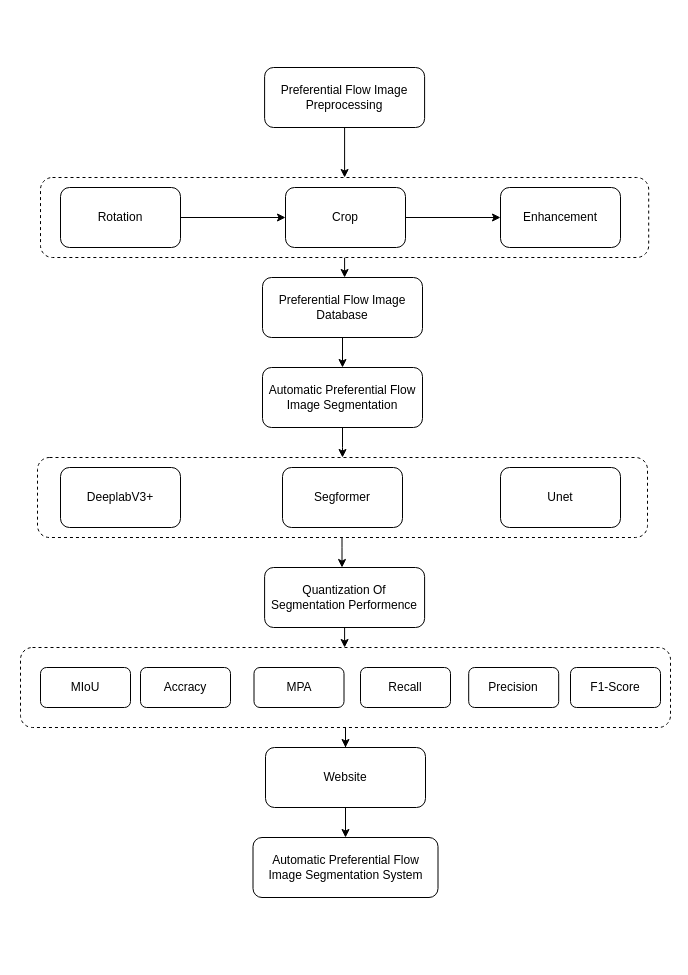
The draw.io diagram 未命名绘图.drawio in lhy-nw1217/Draw, before the edit. Source tidied: cells renumbered, new cells numbered last; positions are measured from the earlier drawing's top-left corner, leaving out a move shared by most shapes. Both pictures are drawn from the tidied source at 100%, with x=0, y=0 at pixel (20, 67).
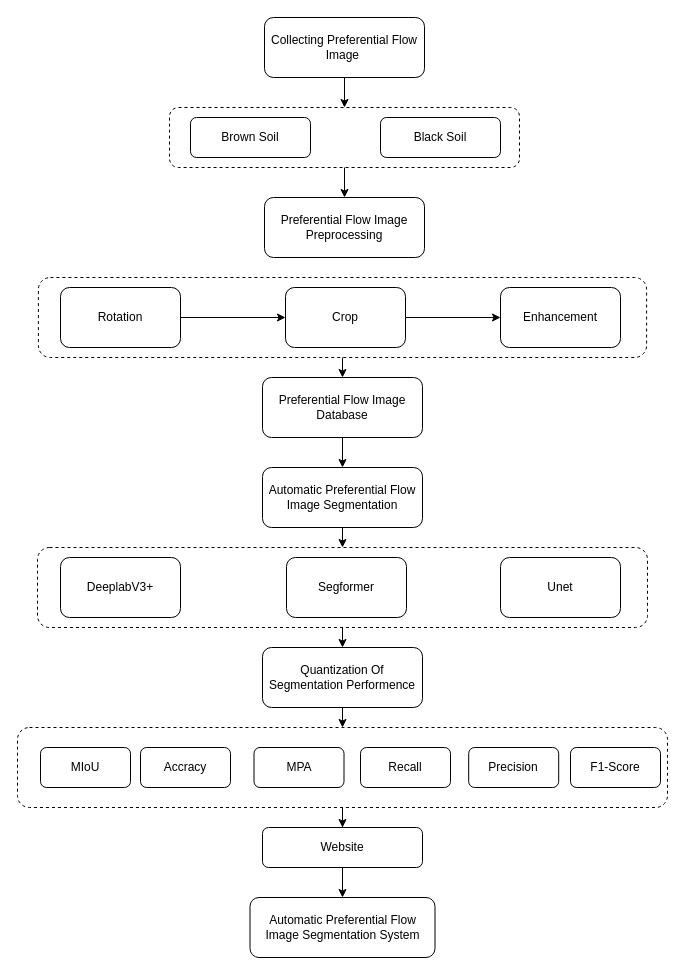
The same page after the edit.

Commit message:
Update 未命名绘图.drawio

What changed in the source:
```diff
@@
-    <mxCell id="2" style="edgeStyle=orthogonalEdgeStyle;rounded=0;jettySize=auto;html=1;" parent="1" edge="1" source="3" target="10">
-      <mxGeometry relative="1" as="geometry">
-        <Array as="points">
-          <mxPoint x="320" y="220" />
-          <mxPoint x="320" y="220" />
-        </Array>
-      </mxGeometry>
-    </mxCell>
     <mxCell id="3" style="rounded=1;whiteSpace=wrap;html=1;dashed=1;" parent="1" vertex="1">
-      <mxGeometry x="20" y="110" width="608.2" height="80" as="geometry" />
+      <mxGeometry x="17.9" y="210" width="608.2" height="80" as="geometry" />
     </mxCell>
@@
     <mxCell id="5" value="Rotation" style="rounded=1;whiteSpace=wrap;html=1;" parent="1" vertex="1">
-      <mxGeometry x="40" y="120" width="120" height="60" as="geometry" />
+      <mxGeometry x="40" y="220" width="120" height="60" as="geometry" />
     </mxCell>
@@
     <mxCell id="7" value="Crop" style="rounded=1;whiteSpace=wrap;html=1;" parent="1" vertex="1">
-      <mxGeometry x="265" y="120" width="120" height="60" as="geometry" />
+      <mxGeometry x="265" y="220" width="120" height="60" as="geometry" />
     </mxCell>
     <mxCell id="8" value="Enhancement" style="rounded=1;whiteSpace=wrap;html=1;" parent="1" vertex="1">
-      <mxGeometry x="480" y="120" width="120" height="60" as="geometry" />
+      <mxGeometry x="480" y="220" width="120" height="60" as="geometry" />
     </mxCell>
@@
     <mxCell id="10" value="Preferential Flow Image Database" style="rounded=1;whiteSpace=wrap;html=1;" parent="1" vertex="1">
-      <mxGeometry x="242" y="210" width="160" height="60" as="geometry" />
+      <mxGeometry x="242" y="310" width="160" height="60" as="geometry" />
     </mxCell>
-    <mxCell id="11" style="edgeStyle=orthogonalEdgeStyle;rounded=0;jettySize=auto;html=1;" parent="1" edge="1" source="12">
-      <mxGeometry relative="1" as="geometry">
-        <mxPoint x="322" y="390" as="targetPoint" />
-      </mxGeometry>
-    </mxCell>
     <mxCell id="12" value="Automatic Preferential Flow Image Segmentation" style="rounded=1;whiteSpace=wrap;html=1;" parent="1" vertex="1">
-      <mxGeometry x="242" y="300" width="160" height="60" as="geometry" />
+      <mxGeometry x="242" y="400" width="160" height="60" as="geometry" />
     </mxCell>
     <mxCell id="13" style="rounded=1;whiteSpace=wrap;html=1;dashed=1;" parent="1" vertex="1">
-      <mxGeometry x="17" y="390" width="610" height="80" as="geometry" />
+      <mxGeometry x="17" y="480" width="610" height="80" as="geometry" />
     </mxCell>
     <mxCell id="14" value="DeeplabV3+" style="rounded=1;whiteSpace=wrap;html=1;" parent="1" vertex="1">
-      <mxGeometry x="40" y="400" width="120" height="60" as="geometry" />
+      <mxGeometry x="40" y="490" width="120" height="60" as="geometry" />
     </mxCell>
     <mxCell id="15" value="Segformer" style="rounded=1;whiteSpace=wrap;html=1;" parent="1" vertex="1">
-      <mxGeometry x="262" y="400" width="120" height="60" as="geometry" />
+      <mxGeometry x="266" y="490" width="120" height="60" as="geometry" />
     </mxCell>
     <mxCell id="16" value="Unet" style="rounded=1;whiteSpace=wrap;html=1;" parent="1" vertex="1">
-      <mxGeometry x="480" y="400" width="120" height="60" as="geometry" />
+      <mxGeometry x="480" y="490" width="120" height="60" as="geometry" />
     </mxCell>
@@
     <mxCell id="18" style="rounded=1;whiteSpace=wrap;html=1;dashed=1;" parent="1" vertex="1">
-      <mxGeometry y="580" width="650" height="80" as="geometry" />
+      <mxGeometry x="-3" y="660" width="650" height="80" as="geometry" />
     </mxCell>
-    <mxCell id="19" style="edgeStyle=orthogonalEdgeStyle;rounded=0;orthogonalLoop=1;jettySize=auto;html=1;" parent="1" edge="1">
-      <mxGeometry relative="1" as="geometry">
-        <mxPoint x="321.5" y="470" as="sourcePoint" />
-        <mxPoint x="321.5" y="500" as="targetPoint" />
-        <Array as="points">
-          <mxPoint x="321.5" y="480" />
-          <mxPoint x="321.5" y="480" />
-        </Array>
-      </mxGeometry>
-    </mxCell>
     <mxCell id="20" value="Preferential Flow Image Preprocessing" style="rounded=1;whiteSpace=wrap;html=1;" parent="1" vertex="1">
-      <mxGeometry x="244.1" width="160" height="60" as="geometry" />
+      <mxGeometry x="244" y="130" width="160" height="60" as="geometry" />
     </mxCell>
-    <mxCell id="21" style="endArrow=classic;html=1;rounded=0;exitX=0.5;exitY=1;exitDx=0;exitDy=0;entryX=0.5;entryY=0;entryDx=0;entryDy=0;" parent="1" edge="1" source="20" target="3">
-      <mxGeometry relative="1" as="geometry" />
-    </mxCell>
-    <mxCell id="22" style="edgeStyle=orthogonalEdgeStyle;rounded=0;jettySize=auto;html=1;" parent="1" edge="1" source="23" target="18">
-      <mxGeometry relative="1" as="geometry" />
-    </mxCell>
     <mxCell id="23" value="Quantization Of Segmentation Performence" style="rounded=1;whiteSpace=wrap;html=1;" parent="1" vertex="1">
-      <mxGeometry x="244.1" y="500" width="160" height="60" as="geometry" />
+      <mxGeometry x="242" y="580" width="160" height="60" as="geometry" />
     </mxCell>
     <mxCell id="24" value="MIoU" style="rounded=1;whiteSpace=wrap;html=1;" parent="1" vertex="1">
-      <mxGeometry x="20" y="600" width="90" height="40" as="geometry" />
+      <mxGeometry x="20" y="680" width="90" height="40" as="geometry" />
     </mxCell>
     <mxCell id="25" value="Accracy" style="rounded=1;whiteSpace=wrap;html=1;" parent="1" vertex="1">
-      <mxGeometry x="120" y="600" width="90" height="40" as="geometry" />
+      <mxGeometry x="120" y="680" width="90" height="40" as="geometry" />
     </mxCell>
     <mxCell id="26" value="MPA" style="rounded=1;whiteSpace=wrap;html=1;" parent="1" vertex="1">
-      <mxGeometry x="233.5" y="600" width="90" height="40" as="geometry" />
+      <mxGeometry x="233.5" y="680" width="90" height="40" as="geometry" />
     </mxCell>
     <mxCell id="27" value="Recall" style="rounded=1;whiteSpace=wrap;html=1;" parent="1" vertex="1">
-      <mxGeometry x="340" y="600" width="90" height="40" as="geometry" />
+      <mxGeometry x="340" y="680" width="90" height="40" as="geometry" />
     </mxCell>
     <mxCell id="28" value="Precision" style="rounded=1;whiteSpace=wrap;html=1;" parent="1" vertex="1">
-      <mxGeometry x="448.2" y="600" width="90" height="40" as="geometry" />
+      <mxGeometry x="448.2" y="680" width="90" height="40" as="geometry" />
     </mxCell>
     <mxCell id="29" value="F1-Score" style="rounded=1;whiteSpace=wrap;html=1;" parent="1" vertex="1">
-      <mxGeometry x="550" y="600" width="90" height="40" as="geometry" />
+      <mxGeometry x="550" y="680" width="90" height="40" as="geometry" />
     </mxCell>
@@
     <mxCell id="32" value="Website" style="rounded=1;whiteSpace=wrap;html=1;" parent="1" vertex="1">
-      <mxGeometry x="245" y="680" width="160" height="60" as="geometry" />
+      <mxGeometry x="242" y="760" width="160" height="40" as="geometry" />
     </mxCell>
     <mxCell id="33" value="Automatic Preferential Flow Image Segmentation System" style="rounded=1;whiteSpace=wrap;html=1;" parent="1" vertex="1">
-      <mxGeometry x="232.5" y="770" width="185" height="60" as="geometry" />
+      <mxGeometry x="229.5" y="830" width="185" height="60" as="geometry" />
     </mxCell>
+    <mxCell id="34" value="Collecting Preferential Flow Image&amp;nbsp;" style="rounded=1;whiteSpace=wrap;html=1;" parent="1" vertex="1">
+      <mxGeometry x="244" y="-50" width="160" height="60" as="geometry" />
+    </mxCell>
+    <mxCell id="35" style="rounded=1;whiteSpace=wrap;html=1;dashed=1;" parent="1" vertex="1">
+      <mxGeometry x="149" y="40" width="350" height="60" as="geometry" />
+    </mxCell>
+    <mxCell id="36" value="Brown Soil" style="rounded=1;whiteSpace=wrap;html=1;" parent="1" vertex="1">
+      <mxGeometry x="170" y="50" width="120" height="40" as="geometry" />
+    </mxCell>
+    <mxCell id="37" value="Black Soil" style="rounded=1;whiteSpace=wrap;html=1;" parent="1" vertex="1">
+      <mxGeometry x="360" y="50" width="120" height="40" as="geometry" />
+    </mxCell>
+    <mxCell id="38" style="endArrow=classic;html=1;rounded=0;exitX=0.5;exitY=1;exitDx=0;exitDy=0;entryX=0.5;entryY=0;entryDx=0;entryDy=0;" parent="1" edge="1" source="34" target="35">
+      <mxGeometry relative="1" as="geometry" />
+    </mxCell>
+    <mxCell id="39" style="endArrow=classic;html=1;rounded=0;exitX=0.5;exitY=1;exitDx=0;exitDy=0;" parent="1" edge="1" source="35" target="20">
+      <mxGeometry relative="1" as="geometry" />
+    </mxCell>
+    <mxCell id="2" style="endArrow=classic;html=1;rounded=0;exitX=0.5;exitY=1;exitDx=0;exitDy=0;" parent="1" edge="1" source="3" target="10">
+      <mxGeometry relative="1" as="geometry" />
+    </mxCell>
+    <mxCell id="40" style="endArrow=classic;html=1;rounded=0;exitX=0.5;exitY=1;exitDx=0;exitDy=0;entryX=0.5;entryY=0;entryDx=0;entryDy=0;" parent="1" edge="1" source="12" target="13">
+      <mxGeometry relative="1" as="geometry" />
+    </mxCell>
+    <mxCell id="41" style="endArrow=classic;html=1;rounded=0;exitX=0.5;exitY=1;exitDx=0;exitDy=0;entryX=0.5;entryY=0;entryDx=0;entryDy=0;" parent="1" edge="1" source="13" target="23">
+      <mxGeometry relative="1" as="geometry" />
+    </mxCell>
+    <mxCell id="22" style="endArrow=classic;html=1;rounded=0;exitX=0.5;exitY=1;exitDx=0;exitDy=0;entryX=0.5;entryY=0;entryDx=0;entryDy=0;" parent="1" edge="1" source="23" target="18">
+      <mxGeometry relative="1" as="geometry" />
+    </mxCell>
```
